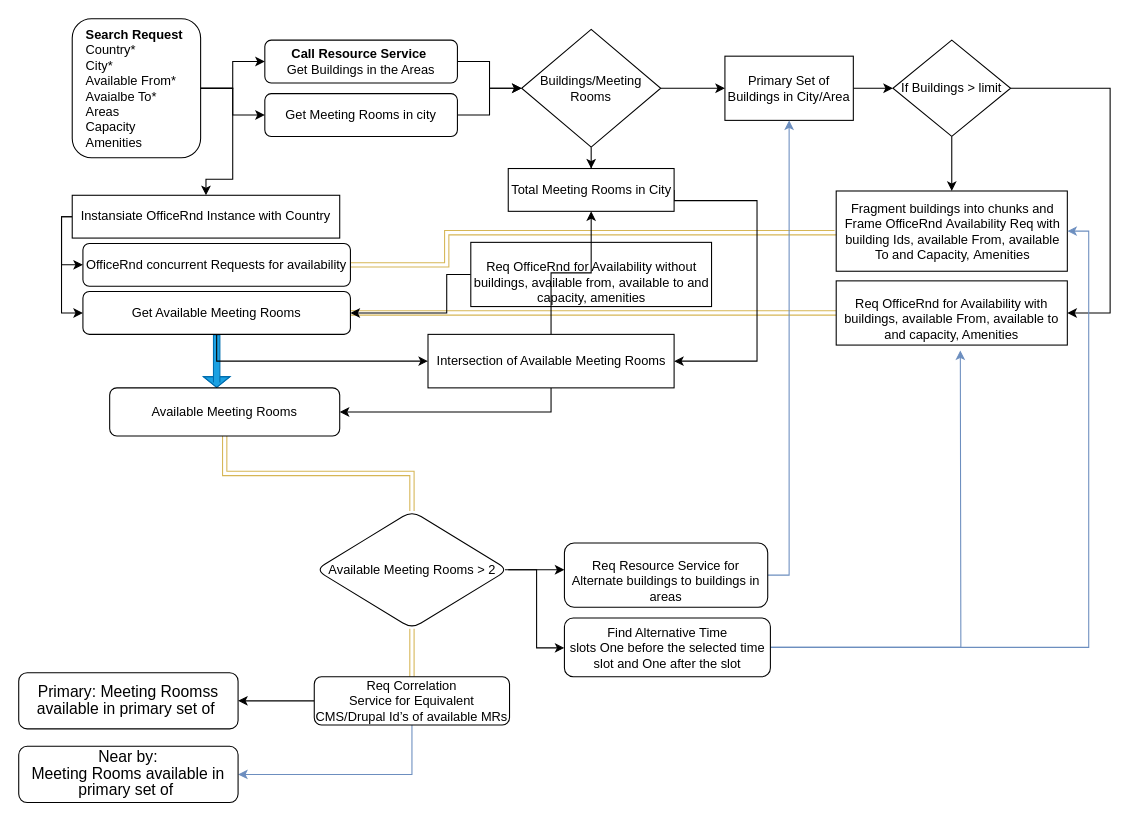
Before: Copy of Untitled Diagram.drawio in Rajesh-Popcornapps/nodejs-docs-hello-world, a draw.io diagram. Source tidied: cells renumbered, new cells numbered last; positions are measured from the earlier drawing's top-left corner, leaving out a move shared by most shapes. Both pictures are drawn from the tidied source at 107%, with x=0, y=0 at pixel (18, 18).
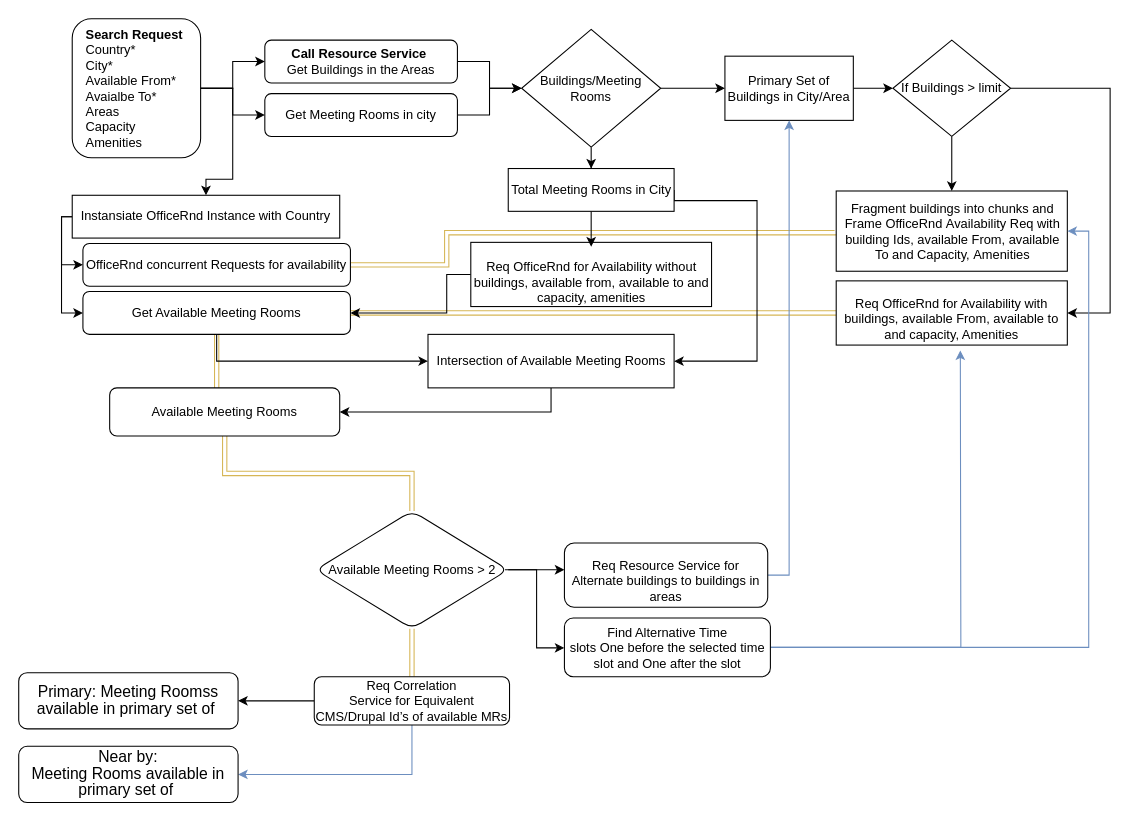
Above is the later version.

The change refers to these unchanged cells:
```xml
<mxCell id="32" value="&lt;p class=&quot;MsoNormal&quot; align=&quot;center&quot;&gt;Get Available Meeting Rooms&lt;/p&gt;" style="rounded=1;whiteSpace=wrap;html=1;" parent="1" vertex="1">
  <mxGeometry x="60" y="255" width="250" height="40" as="geometry" />
</mxCell>
<mxCell id="36" value="Total Meeting Rooms in City" style="whiteSpace=wrap;html=1;" parent="1" vertex="1">
  <mxGeometry x="457.5" y="140" width="155" height="40" as="geometry" />
</mxCell>
<mxCell id="38" value="Available Meeting Rooms" style="whiteSpace=wrap;html=1;rounded=1;" parent="1" vertex="1">
  <mxGeometry x="85" y="345" width="215" height="45" as="geometry" />
</mxCell>
<mxCell id="41" value="Intersection of Available Meeting Rooms" style="whiteSpace=wrap;html=1;" parent="1" vertex="1">
  <mxGeometry x="382.5" y="295" width="230" height="50" as="geometry" />
</mxCell>
```

The edit, as a diff of the source:
```diff
@@
-    <mxCell id="30" style="edgeStyle=orthogonalEdgeStyle;rounded=0;jettySize=auto;html=1;shape=flexArrow;fillColor=#1ba1e2;strokeColor=#006EAF;endWidth=18;endSize=3;width=6;" parent="1" edge="1" source="32" target="38">
+    <mxCell id="30" style="edgeStyle=orthogonalEdgeStyle;rounded=0;jettySize=auto;html=1;shape=link;fillColor=#fff2cc;strokeColor=#d6b656;endWidth=18;" parent="1" edge="1" source="32" target="38">
       <mxGeometry relative="1" as="geometry">
         <Array as="points">
           <mxPoint x="185" y="340" />
           <mxPoint x="185" y="340" />
         </Array>
       </mxGeometry>
     </mxCell>
@@
+    <mxCell id="56" style="edgeStyle=orthogonalEdgeStyle;rounded=0;jettySize=auto;html=1;" parent="1" edge="1" source="36">
+      <mxGeometry relative="1" as="geometry">
+        <mxPoint x="535" y="213" as="targetPoint" />
+      </mxGeometry>
+    </mxCell>
@@
-    <mxCell id="40" style="edgeStyle=orthogonalEdgeStyle;rounded=0;jettySize=auto;html=1;" parent="1" edge="1" source="41" target="36">
-      <mxGeometry relative="1" as="geometry" />
-    </mxCell>
```
